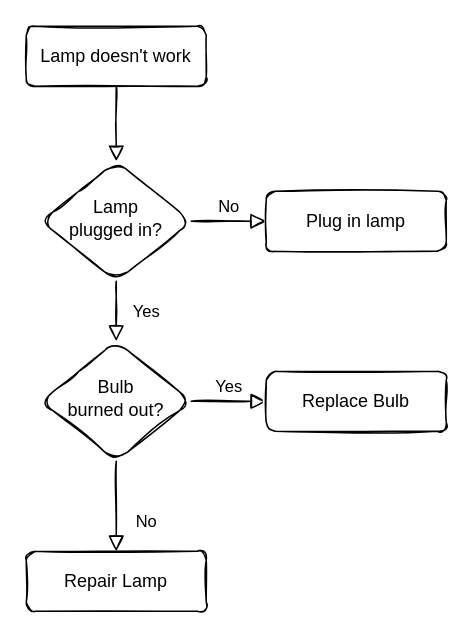
Before: Untitled Diagram.drawio in duncanwang/ARTICLE, a draw.io diagram. Source tidied: cells renumbered, new cells numbered last; positions are measured from the earlier drawing's top-left corner, leaving out a move shared by most shapes. Both pictures are drawn from the tidied source at 150%, with x=0, y=0 at pixel (26, 26).
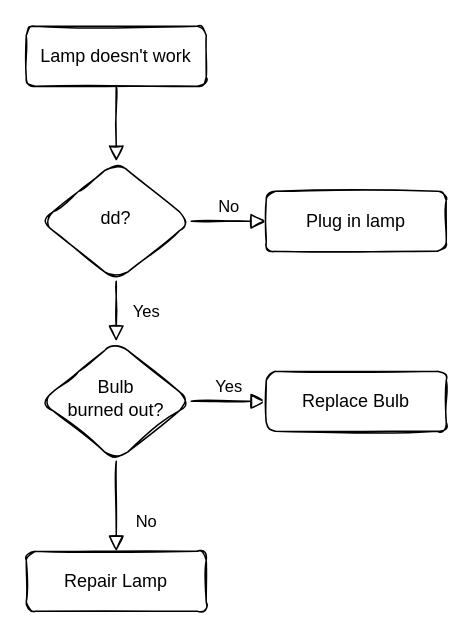
The same page after the edit.

What changed in the source:
```diff
@@
 <mxGraphModel>
   <root>
     <mxCell id="0" />
     <mxCell id="1" parent="0" />
     <mxCell id="2" style="html=1;jettySize=auto;fontSize=11;endArrow=block;endFill=0;endSize=8;strokeWidth=1;shadow=0;labelBackgroundColor=none;edgeStyle=orthogonalEdgeStyle;sketch=1;" parent="1" edge="1" source="3" target="6">
       <mxGeometry relative="1" as="geometry" />
     </mxCell>
     <mxCell id="3" value="Lamp doesn't work" style="whiteSpace=wrap;html=1;fontSize=12;glass=0;strokeWidth=1;shadow=0;sketch=1;rounded=1;" parent="1" vertex="1">
       <mxGeometry width="120" height="40" as="geometry" />
     </mxCell>
     <mxCell id="4" value="Yes" style="html=1;jettySize=auto;fontSize=11;endArrow=block;endFill=0;endSize=8;strokeWidth=1;shadow=0;labelBackgroundColor=none;edgeStyle=orthogonalEdgeStyle;sketch=1;" parent="1" edge="1" source="6" target="10">
       <mxGeometry y="20" relative="1" as="geometry" />
     </mxCell>
     <mxCell id="5" value="No" style="edgeStyle=orthogonalEdgeStyle;html=1;jettySize=auto;fontSize=11;endArrow=block;endFill=0;endSize=8;strokeWidth=1;shadow=0;labelBackgroundColor=none;sketch=1;" parent="1" edge="1" source="6" target="7">
       <mxGeometry y="10" relative="1" as="geometry" />
     </mxCell>
-    <mxCell id="6" value="Lamp&lt;br&gt;plugged in?" style="rhombus;whiteSpace=wrap;html=1;shadow=0;fontFamily=Helvetica;fontSize=12;align=center;strokeWidth=1;spacing=6;spacingTop=-4;sketch=1;rounded=1;" parent="1" vertex="1">
+    <mxCell id="6" value="dd?" style="rhombus;whiteSpace=wrap;html=1;shadow=0;fontFamily=Helvetica;fontSize=12;align=center;strokeWidth=1;spacing=6;spacingTop=-4;sketch=1;rounded=1;" parent="1" vertex="1">
       <mxGeometry x="10" y="90" width="100" height="80" as="geometry" />
     </mxCell>
     <mxCell id="7" value="Plug in lamp" style="whiteSpace=wrap;html=1;fontSize=12;glass=0;strokeWidth=1;shadow=0;sketch=1;rounded=1;" parent="1" vertex="1">
       <mxGeometry x="160" y="110" width="120" height="40" as="geometry" />
     </mxCell>
     <mxCell id="8" value="No" style="html=1;jettySize=auto;fontSize=11;endArrow=block;endFill=0;endSize=8;strokeWidth=1;shadow=0;labelBackgroundColor=none;edgeStyle=orthogonalEdgeStyle;sketch=1;" parent="1" edge="1" source="10" target="11">
       <mxGeometry x="0.33" y="20" relative="1" as="geometry" />
     </mxCell>
     <mxCell id="9" value="Yes" style="edgeStyle=orthogonalEdgeStyle;html=1;jettySize=auto;fontSize=11;endArrow=block;endFill=0;endSize=8;strokeWidth=1;shadow=0;labelBackgroundColor=none;sketch=1;" parent="1" edge="1" source="10" target="12">
       <mxGeometry y="10" relative="1" as="geometry" />
     </mxCell>
     <mxCell id="10" value="Bulb&lt;br&gt;burned out?" style="rhombus;whiteSpace=wrap;html=1;shadow=0;fontFamily=Helvetica;fontSize=12;align=center;strokeWidth=1;spacing=6;spacingTop=-4;sketch=1;rounded=1;" parent="1" vertex="1">
       <mxGeometry x="10" y="210" width="100" height="80" as="geometry" />
     </mxCell>
     <mxCell id="11" value="Repair Lamp" style="whiteSpace=wrap;html=1;fontSize=12;glass=0;strokeWidth=1;shadow=0;sketch=1;rounded=1;" parent="1" vertex="1">
       <mxGeometry y="350" width="120" height="40" as="geometry" />
     </mxCell>
     <mxCell id="12" value="Replace Bulb" style="whiteSpace=wrap;html=1;fontSize=12;glass=0;strokeWidth=1;shadow=0;sketch=1;rounded=1;" parent="1" vertex="1">
       <mxGeometry x="160" y="230" width="120" height="40" as="geometry" />
     </mxCell>
   </root>
 </mxGraphModel>
```
